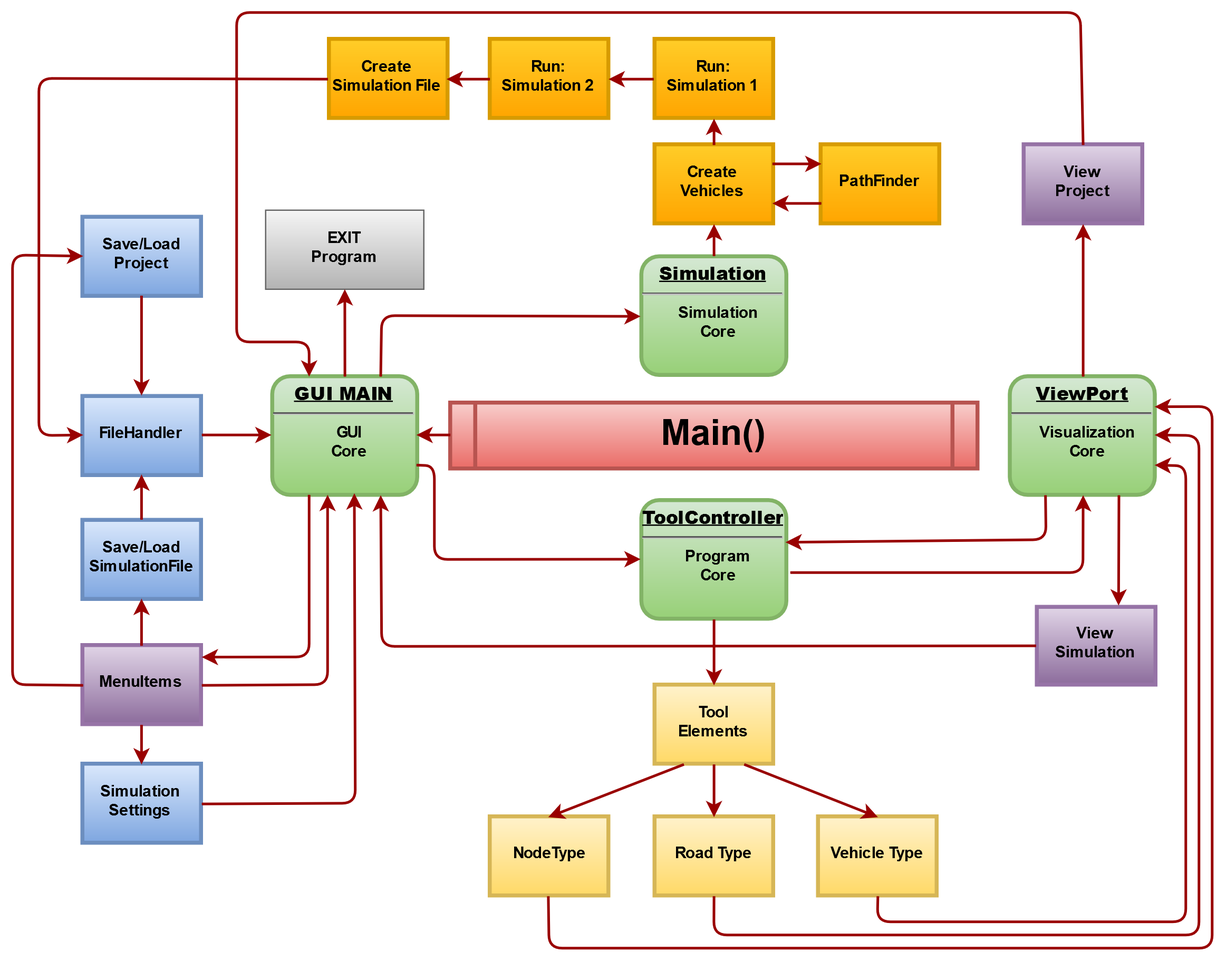
Earlier version of the draw.io export LATEX/Pictures/Design/ProgramOversigt.png (Stg3orge/P2-Simulering). Source tidied: cells renumbered, new cells last; positions are measured from the earlier drawing's top-left corner, leaving out a move shared by most shapes.
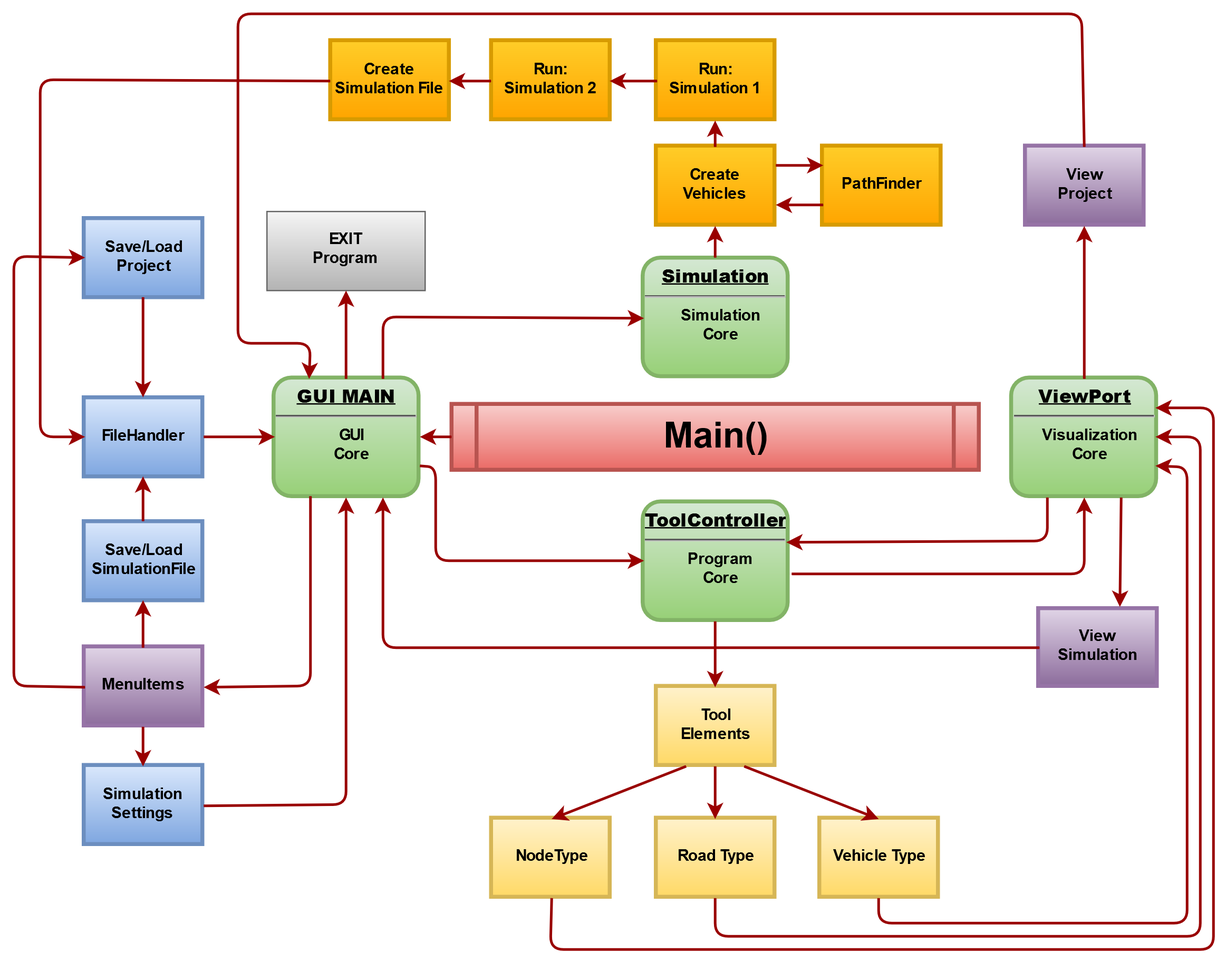
The same diagram one commit later.

What changed in the source:
```diff
@@ -1,7 +1,7 @@
 <mxGraphModel background="#ffffff">
   <root>
-    <mxCell id="0" style="html=1;" />
+    <mxCell id="0" />
-    <mxCell id="1" style="html=1;" parent="0" />
+    <mxCell id="1" parent="0" />
     <mxCell id="2" value="&lt;font style=&quot;font-size: 27px&quot;&gt;Main()&lt;/font&gt;" style="shape=process;whiteSpace=wrap;align=center;verticalAlign=middle;size=0.0475;fontStyle=1;strokeWidth=3;html=1;plain-red;" parent="1" vertex="1">
       <mxGeometry x="332" y="296" width="400" height="50" as="geometry" />
     </mxCell>
@@ -59,22 +59,22 @@
     <mxCell id="20" value="View&lt;br&gt;Project" style="whiteSpace=wrap;align=center;verticalAlign=middle;fontStyle=1;strokeWidth=3;html=1;plain-purple;" parent="1" vertex="1">
       <mxGeometry x="767" y="100" width="90" height="60" as="geometry" />
     </mxCell>
-    <mxCell id="21" style="edgeStyle=none;noEdgeStyle=1;strokeColor=#990000;strokeWidth=2;html=1;entryX=1.002;entryY=0.147;entryPerimeter=0;" parent="1" edge="1" target="9">
-      <mxGeometry x="140" y="-1335" as="geometry">
-        <mxPoint x="225" y="366" as="sourcePoint" />
-        <Array as="points">
-          <mxPoint x="225" y="489" />
-        </Array>
-      </mxGeometry>
-    </mxCell>
+    <mxCell id="57" style="edgeStyle=none;noEdgeStyle=1;strokeColor=#990000;strokeWidth=2;html=1;entryX=1;entryY=0.5;" parent="1" edge="1" target="9">
+      <mxGeometry x="130" y="-1345" as="geometry">
+        <mxPoint x="225" y="366" as="sourcePoint" />
+        <Array as="points">
+          <mxPoint x="225" y="510" />
+        </Array>
+      </mxGeometry>
+    </mxCell>
     <mxCell id="22" style="edgeStyle=none;noEdgeStyle=1;strokeColor=#990000;strokeWidth=2;html=1;entryX=1;entryY=0.5;exitX=0;exitY=0.5;" parent="1" edge="1" source="2" target="16">
-      <mxGeometry x="132" y="-1305" as="geometry" />
+      <mxGeometry x="122" y="-1315" as="geometry" />
     </mxCell>
     <mxCell id="23" style="edgeStyle=none;noEdgeStyle=1;strokeColor=#990000;strokeWidth=2;html=1;entryX=0.5;entryY=1;exitX=0.5;exitY=0;" parent="1" edge="1" source="7" target="15">
-      <mxGeometry x="212" y="-1190" as="geometry" />
+      <mxGeometry x="202" y="-1200" as="geometry" />
     </mxCell>
     <mxCell id="24" style="edgeStyle=none;noEdgeStyle=1;strokeColor=#990000;strokeWidth=2;html=1;entryX=0;entryY=0.5;exitX=0;exitY=0.5;" parent="1" edge="1" source="14" target="5">
-      <mxGeometry x="-157" y="-1807" as="geometry">
+      <mxGeometry x="-167" y="-1817" as="geometry">
         <Array as="points">
           <mxPoint x="20" y="50" />
           <mxPoint x="20" y="321" />
@@ -82,7 +82,7 @@
       </mxGeometry>
     </mxCell>
     <mxCell id="25" style="edgeStyle=none;noEdgeStyle=1;strokeColor=#990000;strokeWidth=2;html=1;entryX=0;entryY=0.5;exitX=1;exitY=0.75;" parent="1" edge="1" source="16" target="4">
-      <mxGeometry x="-317" y="-1840" as="geometry">
+      <mxGeometry x="-327" y="-1850" as="geometry">
         <Array as="points">
           <mxPoint x="320" y="344" />
           <mxPoint x="320" y="415" />
@@ -90,54 +90,46 @@
       </mxGeometry>
     </mxCell>
     <mxCell id="26" style="edgeStyle=none;noEdgeStyle=1;strokeColor=#990000;strokeWidth=2;html=1;exitX=0;exitY=0.5;entryX=1;entryY=0.5;" parent="1" edge="1" source="18" target="14">
-      <mxGeometry x="125" y="-1274" as="geometry" />
+      <mxGeometry x="115" y="-1284" as="geometry" />
     </mxCell>
     <mxCell id="27" style="edgeStyle=none;noEdgeStyle=1;strokeColor=#990000;strokeWidth=2;html=1;exitX=0.5;exitY=1;entryX=0.5;entryY=0;" parent="1" edge="1" source="6" target="5">
-      <mxGeometry x="-26" y="-1228" as="geometry" />
+      <mxGeometry x="-36" y="-1238" as="geometry" />
     </mxCell>
-    <mxCell id="28" style="edgeStyle=none;noEdgeStyle=1;strokeColor=#990000;strokeWidth=2;html=1;entryX=0.5;entryY=1;" parent="1" edge="1" target="3">
-      <mxGeometry x="162" y="-1269" as="geometry">
-        <mxPoint x="590" y="425" as="sourcePoint" />
-        <Array as="points">
-          <mxPoint x="812" y="425" />
-        </Array>
-      </mxGeometry>
-    </mxCell>
+    <mxCell id="58" style="edgeStyle=none;noEdgeStyle=1;strokeColor=#990000;strokeWidth=2;html=1;entryX=0.5;entryY=1;" parent="1" edge="1" target="3">
+      <mxGeometry x="152" y="-1279" as="geometry">
+        <mxPoint x="590" y="425" as="sourcePoint" />
+        <Array as="points">
+          <mxPoint x="812" y="425" />
+        </Array>
+      </mxGeometry>
+    </mxCell>
     <mxCell id="29" style="edgeStyle=none;noEdgeStyle=1;strokeColor=#990000;strokeWidth=2;html=1;exitX=0.25;exitY=1;entryX=0.993;entryY=0.352;entryPerimeter=0;" parent="1" edge="1" source="3" target="4">
-      <mxGeometry x="172" y="-1259" as="geometry">
+      <mxGeometry x="162" y="-1269" as="geometry">
         <Array as="points">
           <mxPoint x="784" y="400" />
         </Array>
       </mxGeometry>
     </mxCell>
     <mxCell id="30" style="edgeStyle=none;noEdgeStyle=1;strokeColor=#990000;strokeWidth=2;html=1;exitX=0;exitY=0.5;entryX=1;entryY=0.5;" parent="1" edge="1" source="17" target="18">
-      <mxGeometry x="135" y="-1264" as="geometry" />
+      <mxGeometry x="125" y="-1274" as="geometry" />
     </mxCell>
     <mxCell id="31" style="edgeStyle=none;noEdgeStyle=1;strokeColor=#990000;strokeWidth=2;html=1;entryX=0.5;entryY=1;exitX=0.5;exitY=0;" parent="1" edge="1" source="13" target="5">
-      <mxGeometry x="-16" y="-1218" as="geometry" />
+      <mxGeometry x="-26" y="-1228" as="geometry" />
     </mxCell>
     <mxCell id="32" style="edgeStyle=none;noEdgeStyle=1;strokeColor=#990000;strokeWidth=2;html=1;exitX=0.5;exitY=0;entryX=0.5;entryY=1;" parent="1" edge="1" source="15" target="17">
-      <mxGeometry x="145" y="-1254" as="geometry" />
+      <mxGeometry x="135" y="-1264" as="geometry" />
     </mxCell>
     <mxCell id="33" value="PathFinder" style="whiteSpace=wrap;align=center;verticalAlign=middle;fontStyle=1;strokeWidth=3;html=1;plain-orange;" parent="1" vertex="1">
       <mxGeometry x="613" y="100" width="90" height="60" as="geometry" />
     </mxCell>
     <mxCell id="34" style="edgeStyle=none;noEdgeStyle=1;strokeColor=#990000;strokeWidth=2;html=1;entryX=0;entryY=0.25;exitX=1;exitY=0.25;" parent="1" edge="1" source="15" target="33">
-      <mxGeometry x="828" y="-1545" as="geometry" />
+      <mxGeometry x="818" y="-1555" as="geometry" />
     </mxCell>
     <mxCell id="35" style="edgeStyle=none;noEdgeStyle=1;strokeColor=#990000;strokeWidth=2;html=1;exitX=0;exitY=0.75;entryX=1;entryY=0.75;" parent="1" edge="1" source="33" target="15">
-      <mxGeometry x="838" y="-1535" as="geometry" />
+      <mxGeometry x="828" y="-1545" as="geometry" />
     </mxCell>
-    <mxCell id="36" style="edgeStyle=none;noEdgeStyle=1;strokeColor=#990000;strokeWidth=2;html=1;exitX=1;exitY=0.5;" parent="1" edge="1" source="9">
-      <mxGeometry x="140" y="-1320" as="geometry">
-        <mxPoint x="239" y="366" as="targetPoint" />
-        <Array as="points">
-          <mxPoint x="239" y="510" />
-        </Array>
-      </mxGeometry>
-    </mxCell>
     <mxCell id="37" style="edgeStyle=none;noEdgeStyle=1;strokeColor=#990000;strokeWidth=2;html=1;entryX=0;entryY=0.5;exitX=0.75;exitY=0;" parent="1" edge="1" source="16" target="7">
-      <mxGeometry x="-307" y="-1774" as="geometry">
+      <mxGeometry x="-317" y="-1784" as="geometry">
         <Array as="points">
           <mxPoint x="280" y="230" />
         </Array>
@@ -147,17 +139,17 @@
       <mxGeometry x="192" y="150" width="120" height="60" as="geometry" />
     </mxCell>
     <mxCell id="39" style="edgeStyle=none;noEdgeStyle=1;strokeColor=#990000;strokeWidth=2;html=1;exitX=0.5;exitY=0;" parent="1" edge="1" source="16" target="38">
-      <mxGeometry x="135" y="-1264" as="geometry" />
+      <mxGeometry x="125" y="-1274" as="geometry" />
     </mxCell>
-    <mxCell id="40" style="edgeStyle=none;noEdgeStyle=1;strokeColor=#990000;strokeWidth=2;html=1;exitX=1;exitY=0.5;entryX=0.571;entryY=0.994;entryPerimeter=0;" parent="1" edge="1" source="8" target="16">
-      <mxGeometry x="150" y="-1191" as="geometry">
+    <mxCell id="40" style="edgeStyle=none;noEdgeStyle=1;strokeColor=#990000;strokeWidth=2;html=1;exitX=1;exitY=0.5;entryX=0.5;entryY=1;" parent="1" edge="1" source="8" target="16">
+      <mxGeometry x="140" y="-1201" as="geometry">
         <Array as="points">
-          <mxPoint x="260" y="600" />
+          <mxPoint x="252" y="600" />
         </Array>
       </mxGeometry>
     </mxCell>
     <mxCell id="41" style="edgeStyle=none;noEdgeStyle=1;strokeColor=#990000;strokeWidth=2;html=1;entryX=0;entryY=0.5;exitX=0;exitY=0.5;" parent="1" edge="1" source="9" target="6">
-      <mxGeometry x="-16" y="-1218" as="geometry">
+      <mxGeometry x="-26" y="-1228" as="geometry">
         <Array as="points">
           <mxPoint y="510" />
           <mxPoint y="184" />
@@ -165,24 +157,24 @@
       </mxGeometry>
     </mxCell>
     <mxCell id="42" style="edgeStyle=none;noEdgeStyle=1;strokeColor=#990000;strokeWidth=2;html=1;exitX=1;exitY=0.5;entryX=0;entryY=0.5;" parent="1" edge="1" source="5" target="16">
-      <mxGeometry x="-16" y="-1218" as="geometry" />
+      <mxGeometry x="-26" y="-1228" as="geometry" />
     </mxCell>
     <mxCell id="43" style="edgeStyle=none;noEdgeStyle=1;strokeColor=#990000;strokeWidth=2;html=1;exitX=0.5;exitY=0;entryX=0.5;entryY=1;" parent="1" edge="1" source="9" target="13">
-      <mxGeometry x="150" y="-1310" as="geometry" />
+      <mxGeometry x="140" y="-1320" as="geometry" />
     </mxCell>
     <mxCell id="44" style="edgeStyle=none;noEdgeStyle=1;strokeColor=#990000;strokeWidth=2;html=1;exitX=0.5;exitY=1;entryX=0.5;entryY=0;" parent="1" edge="1" source="9" target="8">
-      <mxGeometry x="160" y="-1300" as="geometry" />
+      <mxGeometry x="150" y="-1310" as="geometry" />
     </mxCell>
     <mxCell id="45" style="edgeStyle=none;noEdgeStyle=1;strokeColor=#990000;strokeWidth=2;html=1;entryX=0.5;entryY=1;exitX=0.5;exitY=0;" parent="1" edge="1" source="3" target="20">
-      <mxGeometry x="222" y="-1180" as="geometry" />
+      <mxGeometry x="212" y="-1190" as="geometry" />
     </mxCell>
-    <mxCell id="46" style="edgeStyle=none;noEdgeStyle=1;strokeColor=#990000;strokeWidth=2;html=1;exitX=0.75;exitY=1;" parent="1" edge="1" source="3">
-      <mxGeometry x="232" y="-1170" as="geometry">
-        <mxPoint x="839" y="450" as="targetPoint" />
-      </mxGeometry>
-    </mxCell>
+    <mxCell id="59" style="edgeStyle=none;noEdgeStyle=1;strokeColor=#990000;strokeWidth=2;html=1;exitX=0.75;exitY=1;" parent="1" edge="1" source="3">
+      <mxGeometry x="222" y="-1180" as="geometry">
+        <mxPoint x="839" y="450" as="targetPoint" />
+      </mxGeometry>
+    </mxCell>
     <mxCell id="47" style="edgeStyle=none;noEdgeStyle=1;strokeColor=#990000;strokeWidth=2;html=1;exitX=0.5;exitY=0;entryX=0.25;entryY=0;" parent="1" edge="1" source="20" target="16">
-      <mxGeometry x="145" y="-1254" as="geometry">
+      <mxGeometry x="135" y="-1264" as="geometry">
         <Array as="points">
           <mxPoint x="810" />
           <mxPoint x="170" />
@@ -192,7 +184,7 @@
       </mxGeometry>
     </mxCell>
     <mxCell id="48" style="edgeStyle=none;noEdgeStyle=1;strokeColor=#990000;strokeWidth=2;html=1;exitX=0;exitY=0.5;entryX=0.75;entryY=1;" parent="1" edge="1" source="19" target="16">
-      <mxGeometry x="145" y="-1254" as="geometry">
+      <mxGeometry x="135" y="-1264" as="geometry">
         <Array as="points">
           <mxPoint x="280" y="481" />
         </Array>
@@ -202,19 +194,19 @@
       <mxGeometry x="487" y="510" width="90" height="60" as="geometry" />
     </mxCell>
     <mxCell id="50" style="edgeStyle=none;noEdgeStyle=1;strokeColor=#990000;strokeWidth=2;html=1;exitX=0.5;exitY=1;entryX=0.5;entryY=0;" parent="1" edge="1" source="4" target="49">
-      <mxGeometry x="145" y="-1254" as="geometry" />
+      <mxGeometry x="135" y="-1264" as="geometry" />
     </mxCell>
     <mxCell id="51" style="edgeStyle=none;noEdgeStyle=1;strokeColor=#990000;strokeWidth=2;html=1;exitX=0.75;exitY=1;entryX=0.5;entryY=0;" parent="1" edge="1" source="49" target="12">
-      <mxGeometry x="155" y="-1244" as="geometry" />
+      <mxGeometry x="145" y="-1254" as="geometry" />
     </mxCell>
     <mxCell id="52" style="edgeStyle=none;noEdgeStyle=1;strokeColor=#990000;strokeWidth=2;html=1;exitX=0.5;exitY=1;entryX=0.5;entryY=0;" parent="1" edge="1" source="49" target="11">
-      <mxGeometry x="165" y="-1234" as="geometry" />
+      <mxGeometry x="155" y="-1244" as="geometry" />
     </mxCell>
     <mxCell id="53" style="edgeStyle=none;noEdgeStyle=1;strokeColor=#990000;strokeWidth=2;html=1;exitX=0.25;exitY=1;entryX=0.5;entryY=0;" parent="1" edge="1" source="49" target="10">
-      <mxGeometry x="175" y="-1224" as="geometry" />
+      <mxGeometry x="165" y="-1234" as="geometry" />
     </mxCell>
     <mxCell id="54" style="edgeStyle=none;noEdgeStyle=1;strokeColor=#990000;strokeWidth=2;html=1;entryX=1;entryY=0.75;exitX=0.5;exitY=1;" parent="1" edge="1" source="12" target="3">
-      <mxGeometry x="155" y="-1244" as="geometry">
+      <mxGeometry x="145" y="-1254" as="geometry">
         <Array as="points">
           <mxPoint x="656" y="690" />
           <mxPoint x="890" y="690" />
@@ -223,7 +215,7 @@
       </mxGeometry>
     </mxCell>
     <mxCell id="55" style="edgeStyle=none;noEdgeStyle=1;strokeColor=#990000;strokeWidth=2;html=1;entryX=1;entryY=0.5;exitX=0.5;exitY=1;" parent="1" edge="1" source="11" target="3">
-      <mxGeometry x="165" y="-1234" as="geometry">
+      <mxGeometry x="155" y="-1244" as="geometry">
         <Array as="points">
           <mxPoint x="532" y="700" />
           <mxPoint x="900" y="700" />
@@ -232,7 +224,7 @@
       </mxGeometry>
     </mxCell>
     <mxCell id="56" style="edgeStyle=none;noEdgeStyle=1;strokeColor=#990000;strokeWidth=2;html=1;entryX=1;entryY=0.25;exitX=0.5;exitY=1;" parent="1" edge="1" source="10" target="3">
-      <mxGeometry x="175" y="-1224" as="geometry">
+      <mxGeometry x="165" y="-1234" as="geometry">
         <Array as="points">
           <mxPoint x="407" y="710" />
           <mxPoint x="910" y="710" />
```
